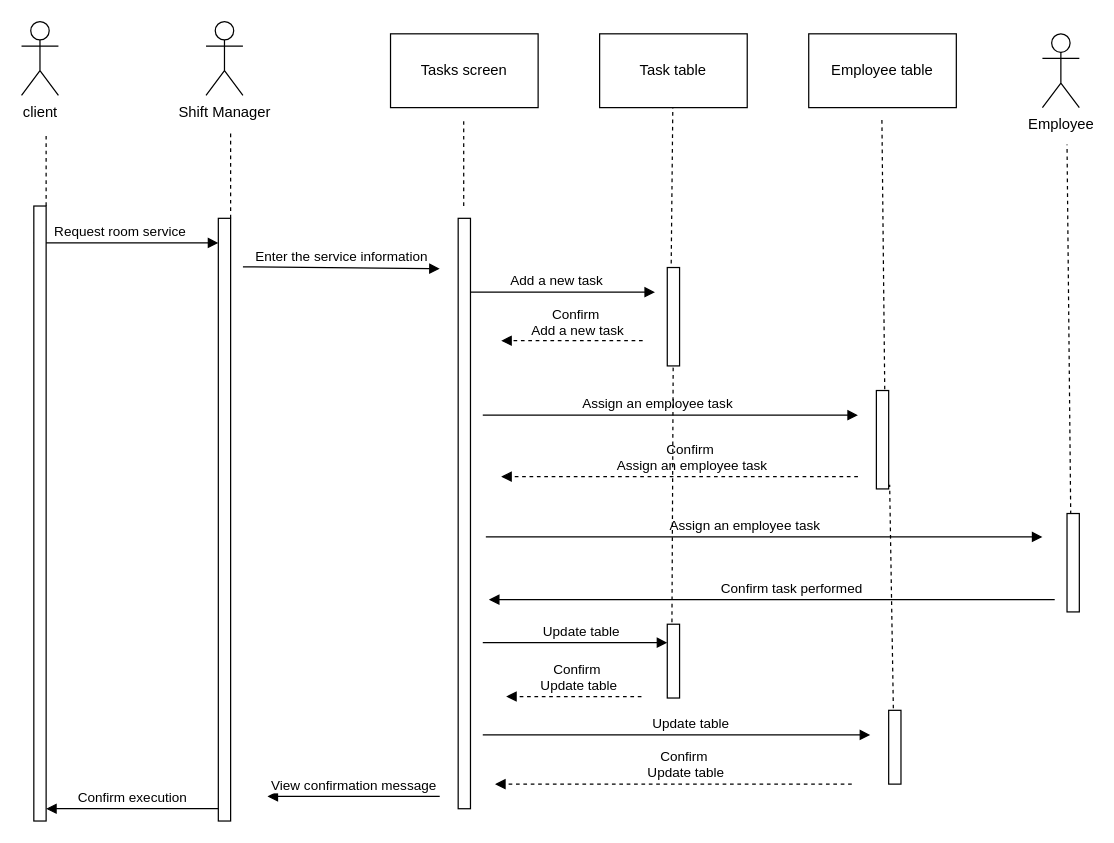
The draw.io diagram הכנה לפרוייקט גמר/drowio/שירות חדרים פלוו.drawio in MaorShtern/LHOTEL, before the edit. Source tidied: cells renumbered, new cells numbered last; positions are measured from the earlier drawing's top-left corner, leaving out a move shared by most shapes. Both pictures are drawn from the tidied source at 123%, with x=0, y=0 at pixel (21, 21).
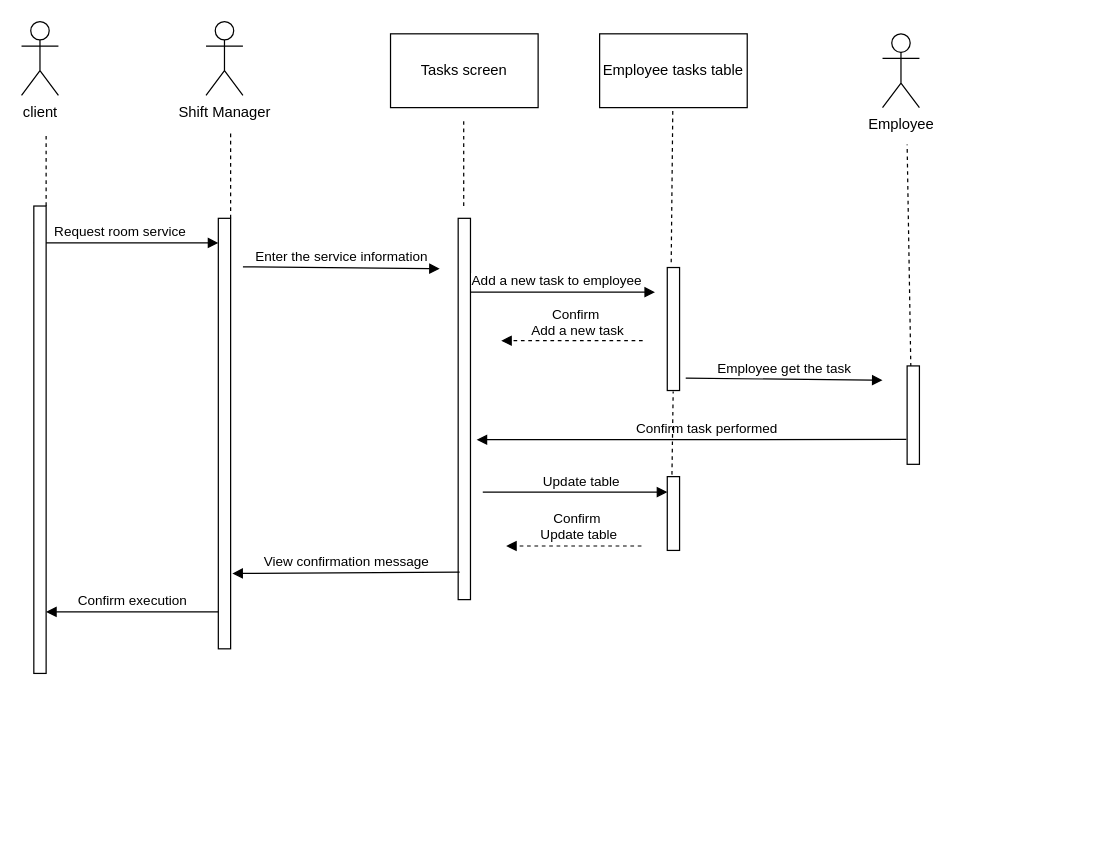
The same page after the edit.

What changed in the source:
```diff
@@
     <mxCell id="2" value="Employee" style="shape=umlActor;verticalLabelPosition=bottom;verticalAlign=top;html=1;" parent="1" vertex="1">
-      <mxGeometry x="830" y="10" width="30" height="60" as="geometry" />
+      <mxGeometry x="700" y="10" width="30" height="60" as="geometry" />
     </mxCell>
@@
-    <mxCell id="5" value="Employee table" style="rounded=0;whiteSpace=wrap;html=1;" parent="1" vertex="1">
-      <mxGeometry x="640" y="10" width="120" height="60" as="geometry" />
-    </mxCell>
-    <mxCell id="6" value="Task table" style="rounded=0;whiteSpace=wrap;html=1;" parent="1" vertex="1">
+    <mxCell id="6" value="Employee tasks table" style="rounded=0;whiteSpace=wrap;html=1;" parent="1" vertex="1">
       <mxGeometry x="470" y="10" width="120" height="60" as="geometry" />
     </mxCell>
@@
     <mxCell id="8" style="endArrow=none;dashed=1;html=1;rounded=0;exitX=0.3;exitY=0.008;exitDx=0;exitDy=0;exitPerimeter=0;" parent="1" edge="1" source="20">
       <mxGeometry relative="1" as="geometry">
-        <mxPoint x="850" y="100" as="targetPoint" />
+        <mxPoint x="720" y="100" as="targetPoint" />
       </mxGeometry>
     </mxCell>
@@
-    <mxCell id="14" style="endArrow=none;dashed=1;html=1;rounded=0;exitX=0.68;exitY=-0.012;exitDx=0;exitDy=0;exitPerimeter=0;" parent="1" edge="1" source="18">
-      <mxGeometry relative="1" as="geometry">
-        <mxPoint x="699.5" y="80" as="targetPoint" />
-      </mxGeometry>
-    </mxCell>
@@
     <mxCell id="16" style="html=1;points=[];perimeter=orthogonalPerimeter;" parent="1" vertex="1">
-      <mxGeometry x="355" y="160" width="10" height="480" as="geometry" />
+      <mxGeometry x="355" y="160" width="10" height="310" as="geometry" />
     </mxCell>
     <mxCell id="17" style="html=1;points=[];perimeter=orthogonalPerimeter;" parent="1" vertex="1">
-      <mxGeometry x="525" y="200" width="10" height="80" as="geometry" />
+      <mxGeometry x="525" y="200" width="10" height="100" as="geometry" />
     </mxCell>
-    <mxCell id="18" style="html=1;points=[];perimeter=orthogonalPerimeter;" parent="1" vertex="1">
-      <mxGeometry x="695" y="300" width="10" height="80" as="geometry" />
-    </mxCell>
     <mxCell id="19" style="html=1;points=[];perimeter=orthogonalPerimeter;" parent="1" vertex="1">
-      <mxGeometry x="160" y="160" width="10" height="490" as="geometry" />
+      <mxGeometry x="160" y="160" width="10" height="350" as="geometry" />
     </mxCell>
     <mxCell id="20" style="html=1;points=[];perimeter=orthogonalPerimeter;" parent="1" vertex="1">
-      <mxGeometry x="850" y="400" width="10" height="80" as="geometry" />
+      <mxGeometry x="720" y="280" width="10" height="80" as="geometry" />
     </mxCell>
     <mxCell id="21" style="html=1;perimeter=orthogonalPerimeter;" parent="1" vertex="1">
-      <mxGeometry x="10" y="150" width="10" height="500" as="geometry" />
+      <mxGeometry x="10" y="150" width="10" height="380" as="geometry" />
     </mxCell>
-    <mxCell id="22" value="&lt;div&gt;Confirm task performed&lt;/div&gt;" style="html=1;verticalAlign=bottom;endArrow=block;rounded=0;" parent="1" edge="1">
+    <mxCell id="22" value="&lt;div&gt;Confirm task performed&lt;/div&gt;" style="html=1;verticalAlign=bottom;endArrow=block;rounded=0;exitX=-0.06;exitY=0.747;exitDx=0;exitDy=0;exitPerimeter=0;" parent="1" edge="1" source="20">
       <mxGeometry x="-0.07" relative="1" as="geometry">
-        <mxPoint x="840" y="470" as="sourcePoint" />
-        <mxPoint x="380" y="470" as="targetPoint" />
+        <mxPoint x="370" y="340" as="targetPoint" />
       </mxGeometry>
     </mxCell>
-    <mxCell id="23" value="&lt;div&gt;Assign an employee task&lt;/div&gt;" style="html=1;verticalAlign=bottom;endArrow=block;rounded=0;" parent="1" edge="1">
-      <mxGeometry x="-0.07" relative="1" as="geometry">
-        <mxPoint x="375" y="320" as="sourcePoint" />
-        <mxPoint x="680" y="320" as="targetPoint" />
-      </mxGeometry>
-    </mxCell>
@@
-    <mxCell id="25" value="&lt;div&gt;Add a new task&lt;/div&gt;" style="html=1;verticalAlign=bottom;endArrow=block;rounded=0;" parent="1" edge="1">
+    <mxCell id="25" value="&lt;div&gt;Add a new task to employee&lt;/div&gt;" style="html=1;verticalAlign=bottom;endArrow=block;rounded=0;" parent="1" edge="1">
       <mxGeometry x="-0.07" relative="1" as="geometry">
         <mxPoint x="365" y="220" as="sourcePoint" />
         <mxPoint x="515" y="220" as="targetPoint" />
       </mxGeometry>
     </mxCell>
     <mxCell id="26" value="&lt;div&gt;Update table&lt;/div&gt;" style="html=1;verticalAlign=bottom;endArrow=block;rounded=0;" parent="1" edge="1">
       <mxGeometry x="0.07" relative="1" as="geometry">
-        <mxPoint x="375" y="505" as="sourcePoint" />
-        <mxPoint x="525" y="505" as="targetPoint" />
+        <mxPoint x="375" y="382.6" as="sourcePoint" />
+        <mxPoint x="525" y="382.6" as="targetPoint" />
       </mxGeometry>
     </mxCell>
-    <mxCell id="27" value="&lt;div&gt;Confirm&amp;nbsp;&lt;/div&gt;Assign an employee task" style="html=1;verticalAlign=bottom;endArrow=block;rounded=0;dashed=1;" parent="1" edge="1">
-      <mxGeometry x="-0.07" relative="1" as="geometry">
-        <mxPoint x="680" y="370" as="sourcePoint" />
-        <mxPoint x="390" y="370" as="targetPoint" />
-      </mxGeometry>
-    </mxCell>
-    <mxCell id="28" value="&lt;div&gt;Assign an employee task&lt;/div&gt;" style="html=1;verticalAlign=bottom;endArrow=block;rounded=0;" parent="1" edge="1">
-      <mxGeometry x="-0.07" relative="1" as="geometry">
-        <mxPoint x="377.5" y="419" as="sourcePoint" />
-        <mxPoint x="830" y="419" as="targetPoint" />
-      </mxGeometry>
-    </mxCell>
@@
     <mxCell id="30" style="html=1;points=[];perimeter=orthogonalPerimeter;" parent="1" vertex="1">
-      <mxGeometry x="525" y="490" width="10" height="60" as="geometry" />
+      <mxGeometry x="525" y="370" width="10" height="60" as="geometry" />
     </mxCell>
-    <mxCell id="31" style="endArrow=none;dashed=1;html=1;rounded=0;exitX=0.38;exitY=-0.027;exitDx=0;exitDy=0;exitPerimeter=0;entryX=1.08;entryY=0.958;entryDx=0;entryDy=0;entryPerimeter=0;" parent="1" edge="1" source="32" target="18">
-      <mxGeometry relative="1" as="geometry" />
-    </mxCell>
-    <mxCell id="32" style="html=1;points=[];perimeter=orthogonalPerimeter;" parent="1" vertex="1">
-      <mxGeometry x="705" y="560" width="10" height="60" as="geometry" />
-    </mxCell>
-    <mxCell id="33" value="&lt;div&gt;Update table&lt;/div&gt;" style="html=1;verticalAlign=bottom;endArrow=block;rounded=0;" parent="1" edge="1">
-      <mxGeometry x="0.07" relative="1" as="geometry">
-        <mxPoint x="375" y="580" as="sourcePoint" />
-        <mxPoint x="690" y="580" as="targetPoint" />
-      </mxGeometry>
-    </mxCell>
-    <mxCell id="34" value="&lt;div&gt;Confirm&amp;nbsp;&lt;/div&gt;Update table" style="html=1;verticalAlign=bottom;endArrow=block;rounded=0;dashed=1;" parent="1" edge="1">
-      <mxGeometry x="-0.07" relative="1" as="geometry">
-        <mxPoint x="675" y="620" as="sourcePoint" />
-        <mxPoint x="385" y="620" as="targetPoint" />
-      </mxGeometry>
-    </mxCell>
     <mxCell id="35" value="&lt;div&gt;Confirm&amp;nbsp;&lt;/div&gt;Update table" style="html=1;verticalAlign=bottom;endArrow=block;rounded=0;dashed=1;" parent="1" edge="1">
       <mxGeometry x="-0.07" relative="1" as="geometry">
-        <mxPoint x="504" y="548.8" as="sourcePoint" />
-        <mxPoint x="394" y="548.8" as="targetPoint" />
+        <mxPoint x="504" y="426.4" as="sourcePoint" />
+        <mxPoint x="394" y="426.4" as="targetPoint" />
       </mxGeometry>
     </mxCell>
-    <mxCell id="36" value="View confirmation message" style="html=1;verticalAlign=bottom;endArrow=block;rounded=0;" parent="1" edge="1">
-      <mxGeometry relative="1" as="geometry">
-        <mxPoint x="340" y="630" as="sourcePoint" />
-        <mxPoint x="200" y="630" as="targetPoint" />
-      </mxGeometry>
+    <mxCell id="36" value="View confirmation message" style="html=1;verticalAlign=bottom;endArrow=block;rounded=0;exitX=0.12;exitY=0.928;exitDx=0;exitDy=0;exitPerimeter=0;entryX=1.14;entryY=0.825;entryDx=0;entryDy=0;entryPerimeter=0;" parent="1" edge="1" source="16" target="19">
+      <mxGeometry relative="1" as="geometry" />
     </mxCell>
     <mxCell id="37" value="Confirm execution" style="html=1;verticalAlign=bottom;endArrow=block;rounded=0;" parent="1" edge="1">
       <mxGeometry relative="1" as="geometry">
-        <mxPoint x="160" y="640" as="sourcePoint" />
-        <mxPoint x="20" y="640" as="targetPoint" />
+        <mxPoint x="160" y="480" as="sourcePoint" />
+        <mxPoint x="20" y="480" as="targetPoint" />
       </mxGeometry>
     </mxCell>
+    <mxCell id="38" value="Employee get the task" style="html=1;verticalAlign=bottom;endArrow=block;rounded=0;" parent="1" edge="1">
+      <mxGeometry relative="1" as="geometry">
+        <mxPoint x="540" y="290" as="sourcePoint" />
+        <mxPoint x="700" y="291.6" as="targetPoint" />
+      </mxGeometry>
+    </mxCell>
```
